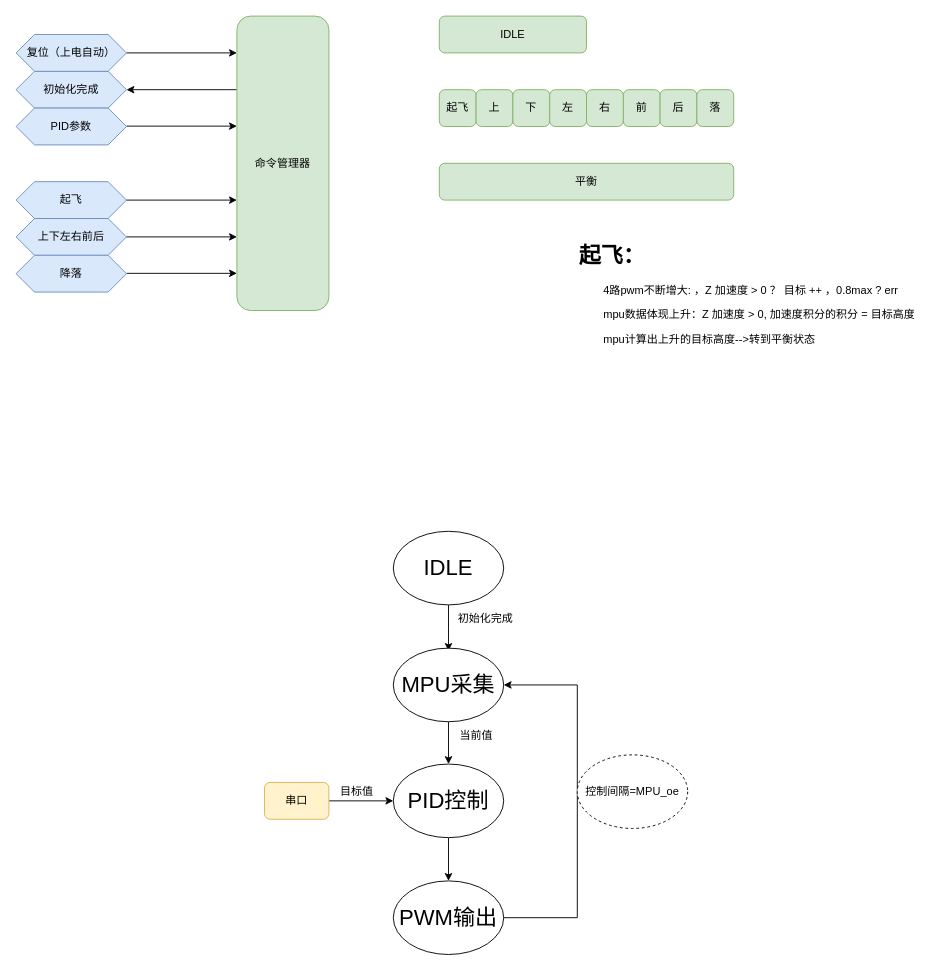
Before: 设计资料/top层控制状态机设计图.drawio in MochChen/Quadcopte, a draw.io diagram. Source tidied: cells renumbered, new cells numbered last; positions are measured from the earlier drawing's top-left corner, leaving out a move shared by most shapes. Both pictures are drawn from the tidied source at 92%, with x=0, y=0 at pixel (16, 16).
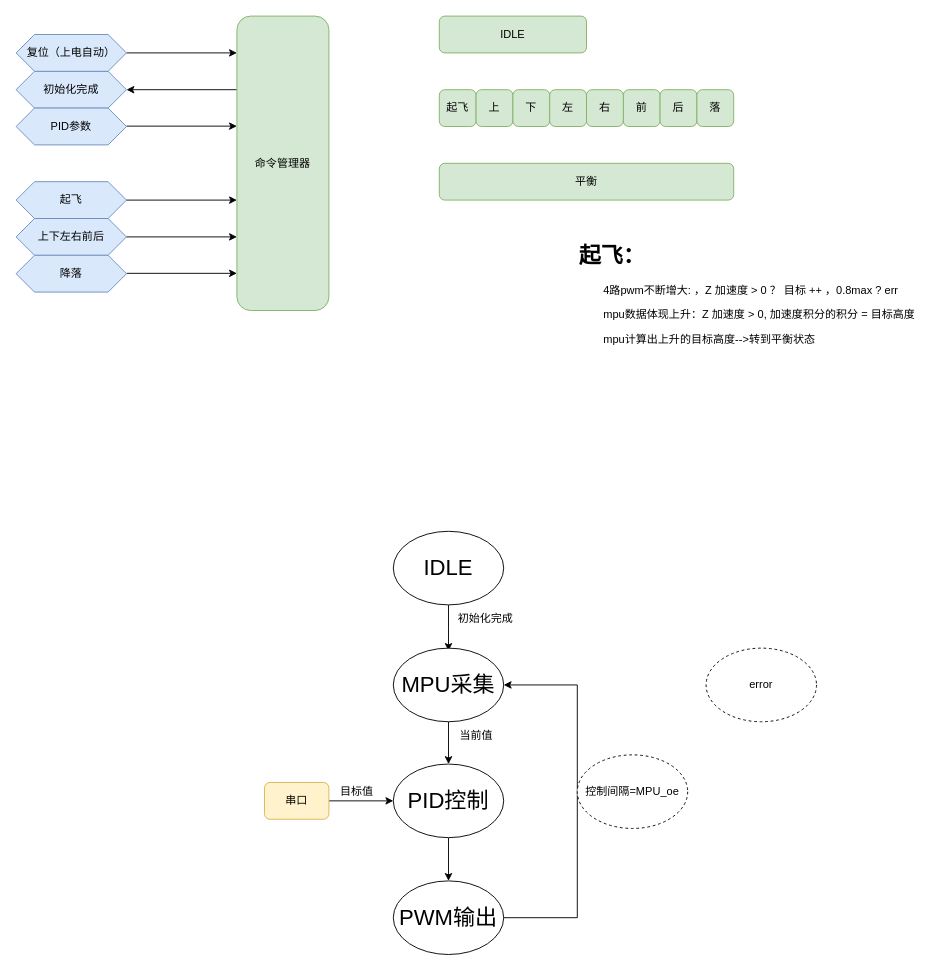
The same page after the edit.

The edit, as a diff of the source:
```diff
@@
+    <mxCell id="40" value="error" style="ellipse;whiteSpace=wrap;html=1;dashed=1;" parent="1" vertex="1">
+      <mxGeometry x="750" y="687" width="120" height="80" as="geometry" />
+    </mxCell>
```
